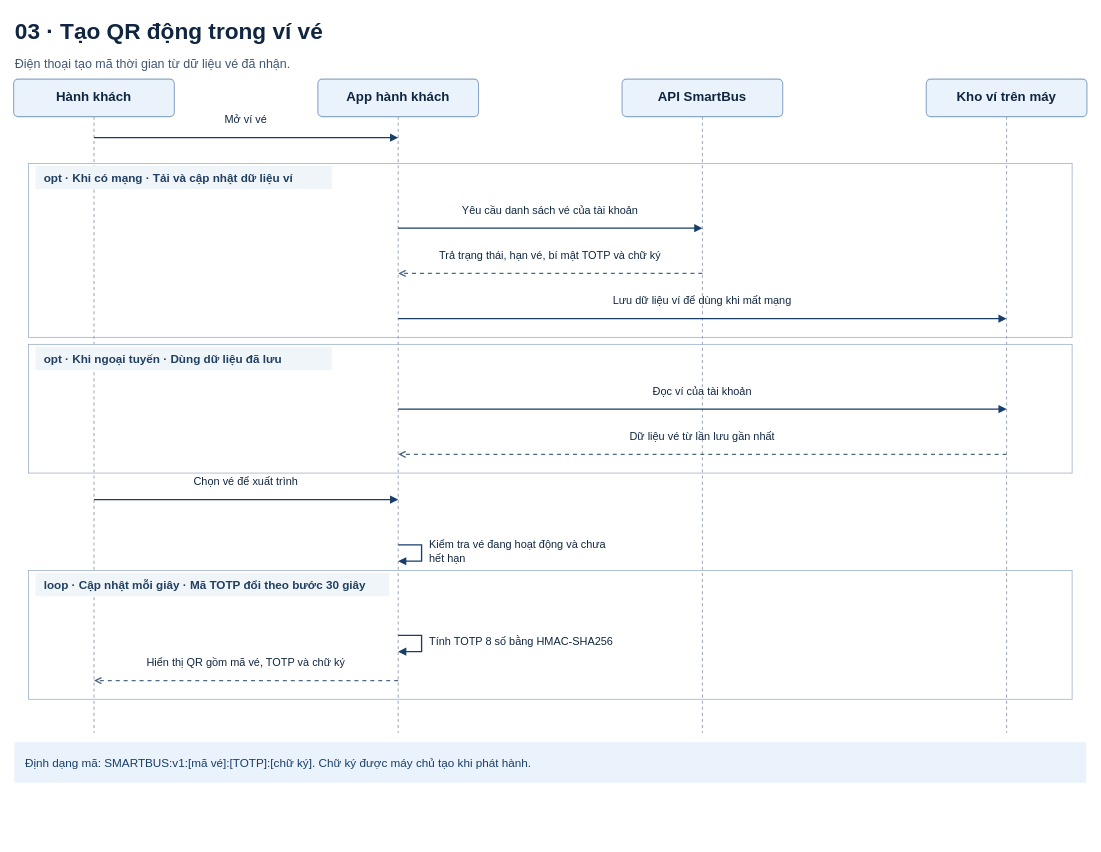
Before: page "03 · Tạo QR động trong ví vé" (3 of 6) of word/SmartBus - Sequence QR va soat ve.drawio in thinh082/DATN_NguyenPhuocThinh_1150070040, a draw.io diagram. Source tidied: cells renumbered, new cells numbered last; positions are measured from the earlier drawing's top-left corner, leaving out a move shared by most shapes. Both pictures are drawn from the tidied source at 78%, with x=0, y=0 at pixel (13, 13).
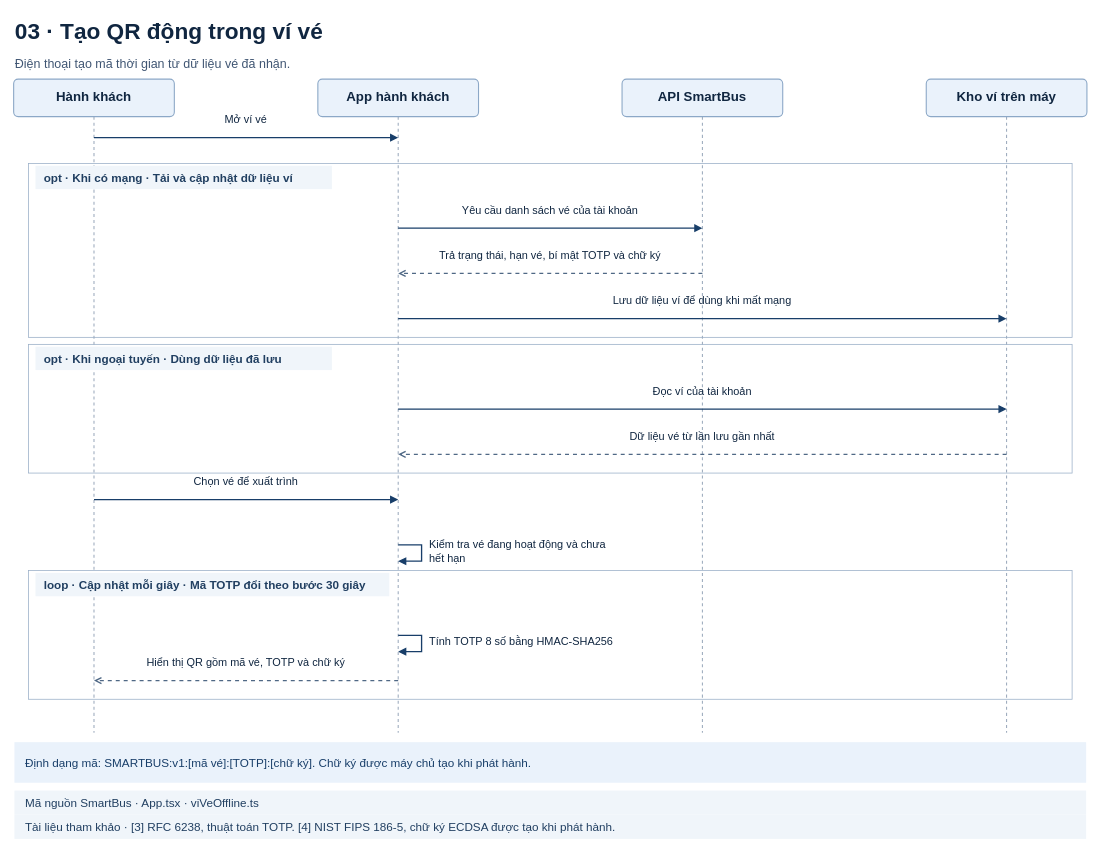
The same diagram, later.

Commit message (it also covers changes not shown here):
Document sources for SmartBus sequence diagrams

The edit, as a diff of the source:
```diff
@@
+    <mxCell id="39" value="Mã nguồn SmartBus · App.tsx · viVeOffline.ts" style="text;html=1;whiteSpace=wrap;overflow=hidden;strokeColor=none;fillColor=#F0F5FA;align=left;verticalAlign=middle;spacingLeft=12;fontFamily=Arial;fontSize=15;fontColor=#213F61;" parent="1" vertex="1">
+      <mxGeometry x="1" y="996" width="1374" height="31" as="geometry" />
+    </mxCell>
+    <mxCell id="40" value="Tài liệu tham khảo · [3] RFC 6238, thuật toán TOTP. [4] NIST FIPS 186-5, chữ ký ECDSA được tạo khi phát hành." style="text;html=1;whiteSpace=wrap;overflow=hidden;strokeColor=none;fillColor=#F0F5FA;align=left;verticalAlign=middle;spacingLeft=12;fontFamily=Arial;fontSize=15;fontColor=#213F61;" parent="1" vertex="1">
+      <mxGeometry x="1" y="1027" width="1374" height="31" as="geometry" />
+    </mxCell>
```
